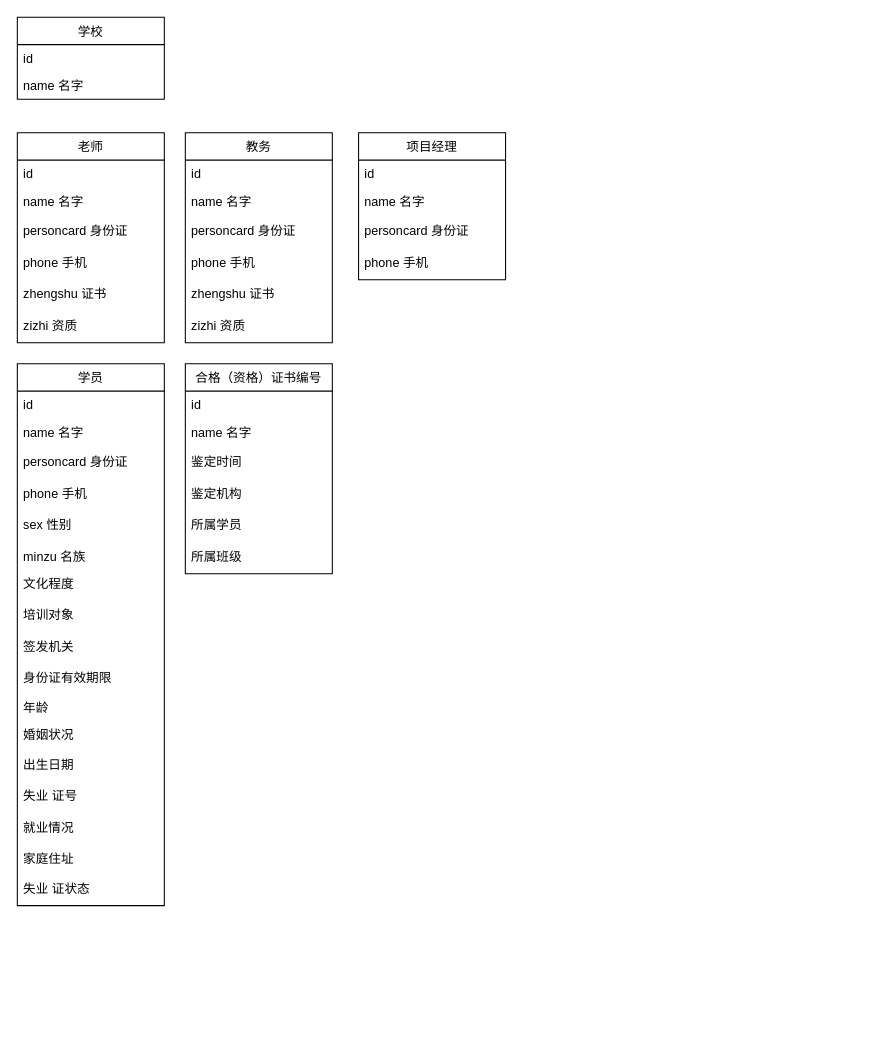
The draw.io diagram 学校数据关系.drawio in ayolyy/draw, before the edit. Source tidied: cells renumbered, new cells numbered last; positions are measured from the earlier drawing's top-left corner, leaving out a move shared by most shapes. Both pictures are drawn from the tidied source at 105%, with x=0, y=0 at pixel (17, 17).
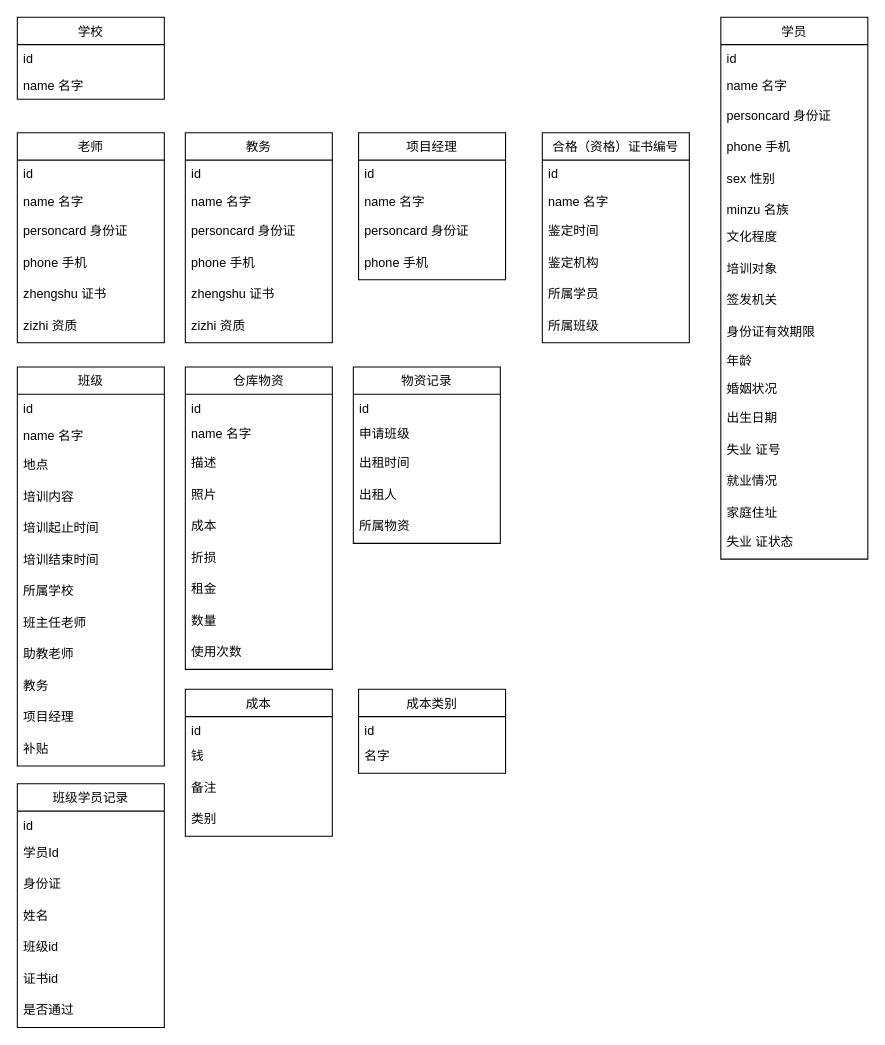
Above is the later version.

Commit message:
更新学校数据关系.drawio

The edit, as a diff of the source:
```diff
@@
     <mxCell id="19" value="学员" style="swimlane;fontStyle=0;horizontal=1;startSize=26;fillColor=none;" parent="1" vertex="1">
-      <mxGeometry y="330" width="140" height="516" as="geometry" />
+      <mxGeometry x="670" width="140" height="516" as="geometry" />
     </mxCell>
@@
     <mxCell id="37" value="合格（资格）证书编号" style="swimlane;fontStyle=0;horizontal=1;startSize=26;fillColor=none;" parent="1" vertex="1">
-      <mxGeometry x="160" y="330" width="140" height="200" as="geometry" />
+      <mxGeometry x="500" y="110" width="140" height="200" as="geometry" />
     </mxCell>
@@
+    <mxCell id="49" value="班级" style="swimlane;fontStyle=0;horizontal=1;startSize=26;fillColor=none;" parent="1" vertex="1">
+      <mxGeometry y="333" width="140" height="380" as="geometry" />
+    </mxCell>
+    <mxCell id="50" value="id" style="text;strokeColor=none;fillColor=none;align=left;verticalAlign=top;spacingLeft=4;spacingRight=4;overflow=hidden;" parent="49" vertex="1">
+      <mxGeometry y="26" width="140" height="26" as="geometry" />
+    </mxCell>
+    <mxCell id="51" value="name 名字" style="text;strokeColor=none;fillColor=none;align=left;verticalAlign=top;spacingLeft=4;spacingRight=4;overflow=hidden;" parent="49" vertex="1">
+      <mxGeometry y="52" width="140" height="28" as="geometry" />
+    </mxCell>
+    <mxCell id="52" value="地点" style="text;strokeColor=none;fillColor=none;align=left;verticalAlign=top;spacingLeft=4;spacingRight=4;overflow=hidden;" parent="49" vertex="1">
+      <mxGeometry y="80" width="140" height="30" as="geometry" />
+    </mxCell>
+    <mxCell id="53" value="培训内容" style="text;strokeColor=none;fillColor=none;align=left;verticalAlign=top;spacingLeft=4;spacingRight=4;overflow=hidden;" parent="49" vertex="1">
+      <mxGeometry y="110" width="140" height="30" as="geometry" />
+    </mxCell>
+    <mxCell id="54" value="培训起止时间" style="text;strokeColor=none;fillColor=none;align=left;verticalAlign=top;spacingLeft=4;spacingRight=4;overflow=hidden;" parent="49" vertex="1">
+      <mxGeometry y="140" width="140" height="30" as="geometry" />
+    </mxCell>
+    <mxCell id="55" value="培训结束时间" style="text;strokeColor=none;fillColor=none;align=left;verticalAlign=top;spacingLeft=4;spacingRight=4;overflow=hidden;" parent="49" vertex="1">
+      <mxGeometry y="170" width="140" height="30" as="geometry" />
+    </mxCell>
+    <mxCell id="56" value="所属学校" style="text;strokeColor=none;fillColor=none;align=left;verticalAlign=top;spacingLeft=4;spacingRight=4;overflow=hidden;" parent="49" vertex="1">
+      <mxGeometry y="200" width="140" height="30" as="geometry" />
+    </mxCell>
+    <mxCell id="57" value="班主任老师" style="text;strokeColor=none;fillColor=none;align=left;verticalAlign=top;spacingLeft=4;spacingRight=4;overflow=hidden;" parent="49" vertex="1">
+      <mxGeometry y="230" width="140" height="30" as="geometry" />
+    </mxCell>
+    <mxCell id="58" value="助教老师" style="text;strokeColor=none;fillColor=none;align=left;verticalAlign=top;spacingLeft=4;spacingRight=4;overflow=hidden;" parent="49" vertex="1">
+      <mxGeometry y="260" width="140" height="30" as="geometry" />
+    </mxCell>
+    <mxCell id="59" value="教务" style="text;strokeColor=none;fillColor=none;align=left;verticalAlign=top;spacingLeft=4;spacingRight=4;overflow=hidden;" parent="49" vertex="1">
+      <mxGeometry y="290" width="140" height="30" as="geometry" />
+    </mxCell>
+    <mxCell id="60" value="项目经理" style="text;strokeColor=none;fillColor=none;align=left;verticalAlign=top;spacingLeft=4;spacingRight=4;overflow=hidden;" parent="49" vertex="1">
+      <mxGeometry y="320" width="140" height="30" as="geometry" />
+    </mxCell>
+    <mxCell id="61" value="补贴" style="text;strokeColor=none;fillColor=none;align=left;verticalAlign=top;spacingLeft=4;spacingRight=4;overflow=hidden;" parent="49" vertex="1">
+      <mxGeometry y="350" width="140" height="30" as="geometry" />
+    </mxCell>
+    <mxCell id="62" value="仓库物资" style="swimlane;fontStyle=0;horizontal=1;startSize=26;fillColor=none;" parent="1" vertex="1">
+      <mxGeometry x="160" y="333" width="140" height="288" as="geometry" />
+    </mxCell>
+    <mxCell id="63" value="id" style="text;strokeColor=none;fillColor=none;align=left;verticalAlign=top;spacingLeft=4;spacingRight=4;overflow=hidden;" parent="62" vertex="1">
+      <mxGeometry y="26" width="140" height="24" as="geometry" />
+    </mxCell>
+    <mxCell id="64" value="name 名字" style="text;strokeColor=none;fillColor=none;align=left;verticalAlign=top;spacingLeft=4;spacingRight=4;overflow=hidden;" parent="62" vertex="1">
+      <mxGeometry y="50" width="140" height="28" as="geometry" />
+    </mxCell>
+    <mxCell id="65" value="描述" style="text;strokeColor=none;fillColor=none;align=left;verticalAlign=top;spacingLeft=4;spacingRight=4;overflow=hidden;" parent="62" vertex="1">
+      <mxGeometry y="78" width="140" height="30" as="geometry" />
+    </mxCell>
+    <mxCell id="66" value="照片" style="text;strokeColor=none;fillColor=none;align=left;verticalAlign=top;spacingLeft=4;spacingRight=4;overflow=hidden;" parent="62" vertex="1">
+      <mxGeometry y="108" width="140" height="30" as="geometry" />
+    </mxCell>
+    <mxCell id="67" value="成本" style="text;strokeColor=none;fillColor=none;align=left;verticalAlign=top;spacingLeft=4;spacingRight=4;overflow=hidden;" parent="62" vertex="1">
+      <mxGeometry y="138" width="140" height="30" as="geometry" />
+    </mxCell>
+    <mxCell id="68" value="折损" style="text;strokeColor=none;fillColor=none;align=left;verticalAlign=top;spacingLeft=4;spacingRight=4;overflow=hidden;" parent="62" vertex="1">
+      <mxGeometry y="168" width="140" height="30" as="geometry" />
+    </mxCell>
+    <mxCell id="69" value="租金" style="text;strokeColor=none;fillColor=none;align=left;verticalAlign=top;spacingLeft=4;spacingRight=4;overflow=hidden;" parent="62" vertex="1">
+      <mxGeometry y="198" width="140" height="30" as="geometry" />
+    </mxCell>
+    <mxCell id="70" value="数量" style="text;strokeColor=none;fillColor=none;align=left;verticalAlign=top;spacingLeft=4;spacingRight=4;overflow=hidden;" parent="62" vertex="1">
+      <mxGeometry y="228" width="140" height="30" as="geometry" />
+    </mxCell>
+    <mxCell id="71" value="使用次数" style="text;strokeColor=none;fillColor=none;align=left;verticalAlign=top;spacingLeft=4;spacingRight=4;overflow=hidden;" parent="62" vertex="1">
+      <mxGeometry y="258" width="140" height="30" as="geometry" />
+    </mxCell>
+    <mxCell id="72" value="物资记录" style="swimlane;fontStyle=0;horizontal=1;startSize=26;fillColor=none;" parent="1" vertex="1">
+      <mxGeometry x="320" y="333" width="140" height="168" as="geometry" />
+    </mxCell>
+    <mxCell id="73" value="id" style="text;strokeColor=none;fillColor=none;align=left;verticalAlign=top;spacingLeft=4;spacingRight=4;overflow=hidden;" parent="72" vertex="1">
+      <mxGeometry y="26" width="140" height="24" as="geometry" />
+    </mxCell>
+    <mxCell id="74" value="申请班级" style="text;strokeColor=none;fillColor=none;align=left;verticalAlign=top;spacingLeft=4;spacingRight=4;overflow=hidden;" parent="72" vertex="1">
+      <mxGeometry y="50" width="140" height="28" as="geometry" />
+    </mxCell>
+    <mxCell id="75" value="出租时间" style="text;strokeColor=none;fillColor=none;align=left;verticalAlign=top;spacingLeft=4;spacingRight=4;overflow=hidden;" parent="72" vertex="1">
+      <mxGeometry y="78" width="140" height="30" as="geometry" />
+    </mxCell>
+    <mxCell id="76" value="出租人" style="text;strokeColor=none;fillColor=none;align=left;verticalAlign=top;spacingLeft=4;spacingRight=4;overflow=hidden;" parent="72" vertex="1">
+      <mxGeometry y="108" width="140" height="30" as="geometry" />
+    </mxCell>
+    <mxCell id="77" value="所属物资" style="text;strokeColor=none;fillColor=none;align=left;verticalAlign=top;spacingLeft=4;spacingRight=4;overflow=hidden;" parent="72" vertex="1">
+      <mxGeometry y="138" width="140" height="30" as="geometry" />
+    </mxCell>
+    <mxCell id="78" value="成本" style="swimlane;fontStyle=0;horizontal=1;startSize=26;fillColor=none;" parent="1" vertex="1">
+      <mxGeometry x="160" y="640" width="140" height="140" as="geometry" />
+    </mxCell>
+    <mxCell id="79" value="id" style="text;strokeColor=none;fillColor=none;align=left;verticalAlign=top;spacingLeft=4;spacingRight=4;overflow=hidden;" parent="78" vertex="1">
+      <mxGeometry y="26" width="140" height="24" as="geometry" />
+    </mxCell>
+    <mxCell id="80" value="钱" style="text;strokeColor=none;fillColor=none;align=left;verticalAlign=top;spacingLeft=4;spacingRight=4;overflow=hidden;" parent="78" vertex="1">
+      <mxGeometry y="50" width="140" height="30" as="geometry" />
+    </mxCell>
+    <mxCell id="81" value="备注" style="text;strokeColor=none;fillColor=none;align=left;verticalAlign=top;spacingLeft=4;spacingRight=4;overflow=hidden;" parent="78" vertex="1">
+      <mxGeometry y="80" width="140" height="30" as="geometry" />
+    </mxCell>
+    <mxCell id="82" value="类别" style="text;strokeColor=none;fillColor=none;align=left;verticalAlign=top;spacingLeft=4;spacingRight=4;overflow=hidden;" parent="78" vertex="1">
+      <mxGeometry y="110" width="140" height="30" as="geometry" />
+    </mxCell>
+    <mxCell id="83" value="成本类别" style="swimlane;fontStyle=0;horizontal=1;startSize=26;fillColor=none;" parent="1" vertex="1">
+      <mxGeometry x="325" y="640" width="140" height="80" as="geometry" />
+    </mxCell>
+    <mxCell id="84" value="id" style="text;strokeColor=none;fillColor=none;align=left;verticalAlign=top;spacingLeft=4;spacingRight=4;overflow=hidden;" parent="83" vertex="1">
+      <mxGeometry y="26" width="140" height="24" as="geometry" />
+    </mxCell>
+    <mxCell id="85" value="名字" style="text;strokeColor=none;fillColor=none;align=left;verticalAlign=top;spacingLeft=4;spacingRight=4;overflow=hidden;" parent="83" vertex="1">
+      <mxGeometry y="50" width="140" height="30" as="geometry" />
+    </mxCell>
+    <mxCell id="86" value="班级学员记录" style="swimlane;fontStyle=0;horizontal=1;startSize=26;fillColor=none;" parent="1" vertex="1">
+      <mxGeometry y="730" width="140" height="232" as="geometry" />
+    </mxCell>
+    <mxCell id="87" value="id" style="text;strokeColor=none;fillColor=none;align=left;verticalAlign=top;spacingLeft=4;spacingRight=4;overflow=hidden;" parent="86" vertex="1">
+      <mxGeometry y="26" width="140" height="26" as="geometry" />
+    </mxCell>
+    <mxCell id="88" value="学员Id" style="text;strokeColor=none;fillColor=none;align=left;verticalAlign=top;spacingLeft=4;spacingRight=4;overflow=hidden;" parent="86" vertex="1">
+      <mxGeometry y="52" width="140" height="30" as="geometry" />
+    </mxCell>
+    <mxCell id="89" value="身份证" style="text;strokeColor=none;fillColor=none;align=left;verticalAlign=top;spacingLeft=4;spacingRight=4;overflow=hidden;" parent="86" vertex="1">
+      <mxGeometry y="82" width="140" height="30" as="geometry" />
+    </mxCell>
+    <mxCell id="90" value="姓名" style="text;strokeColor=none;fillColor=none;align=left;verticalAlign=top;spacingLeft=4;spacingRight=4;overflow=hidden;" parent="86" vertex="1">
+      <mxGeometry y="112" width="140" height="30" as="geometry" />
+    </mxCell>
+    <mxCell id="91" value="班级id" style="text;strokeColor=none;fillColor=none;align=left;verticalAlign=top;spacingLeft=4;spacingRight=4;overflow=hidden;" parent="86" vertex="1">
+      <mxGeometry y="142" width="140" height="30" as="geometry" />
+    </mxCell>
+    <mxCell id="92" value="证书id" style="text;strokeColor=none;fillColor=none;align=left;verticalAlign=top;spacingLeft=4;spacingRight=4;overflow=hidden;" parent="86" vertex="1">
+      <mxGeometry y="172" width="140" height="30" as="geometry" />
+    </mxCell>
+    <mxCell id="93" value="是否通过" style="text;strokeColor=none;fillColor=none;align=left;verticalAlign=top;spacingLeft=4;spacingRight=4;overflow=hidden;" parent="86" vertex="1">
+      <mxGeometry y="202" width="140" height="30" as="geometry" />
+    </mxCell>
```
